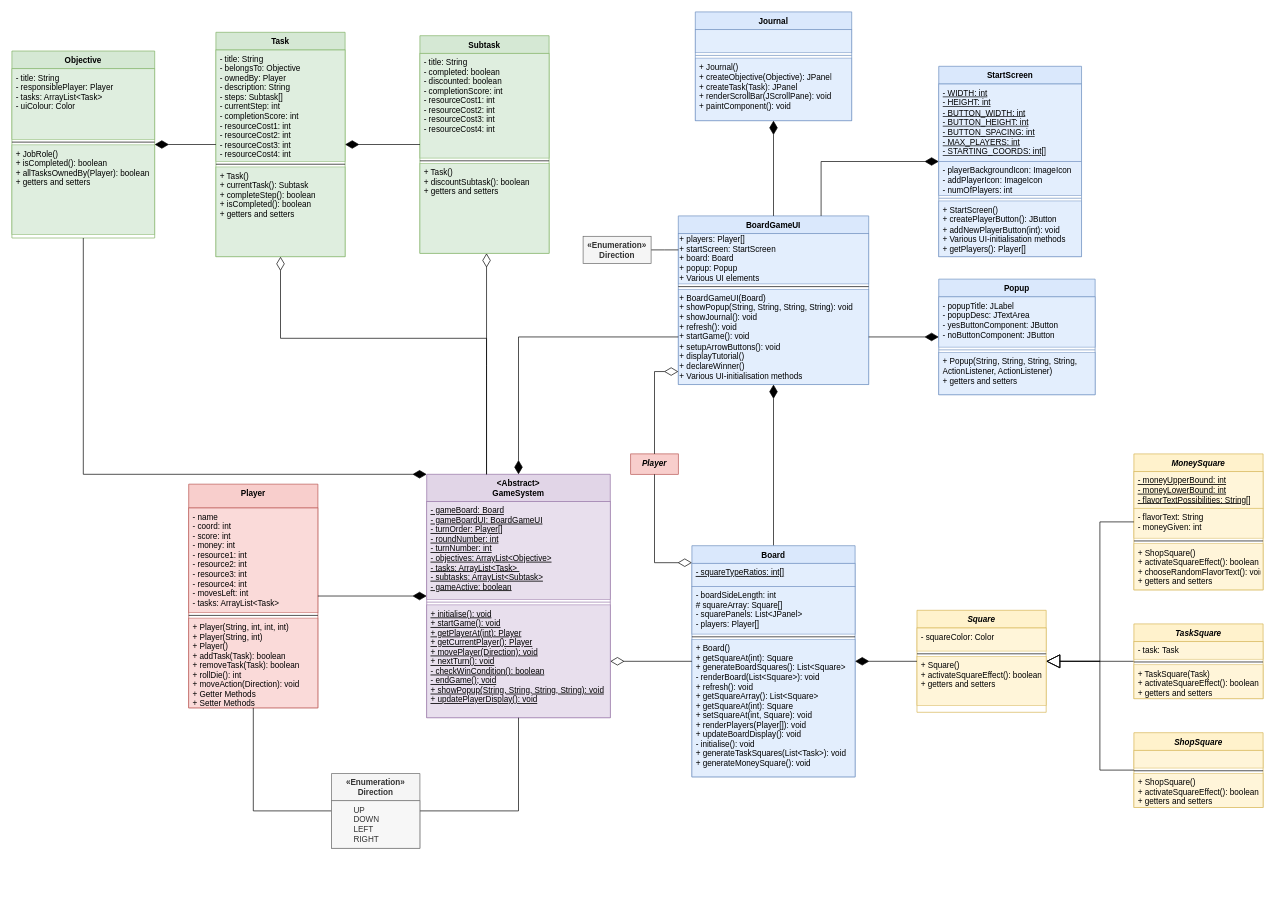
Above: Deliverables/Semester 2/UML_Class_Diagram.drawio in Xelodico/engineers-without-borders (draw.io), before the change. Source tidied: cells renumbered, new cells numbered last; positions are measured from the earlier drawing's top-left corner, leaving out a move shared by most shapes. Both pictures are drawn from the tidied source at 68%, with x=0, y=0 at pixel (12, 12).
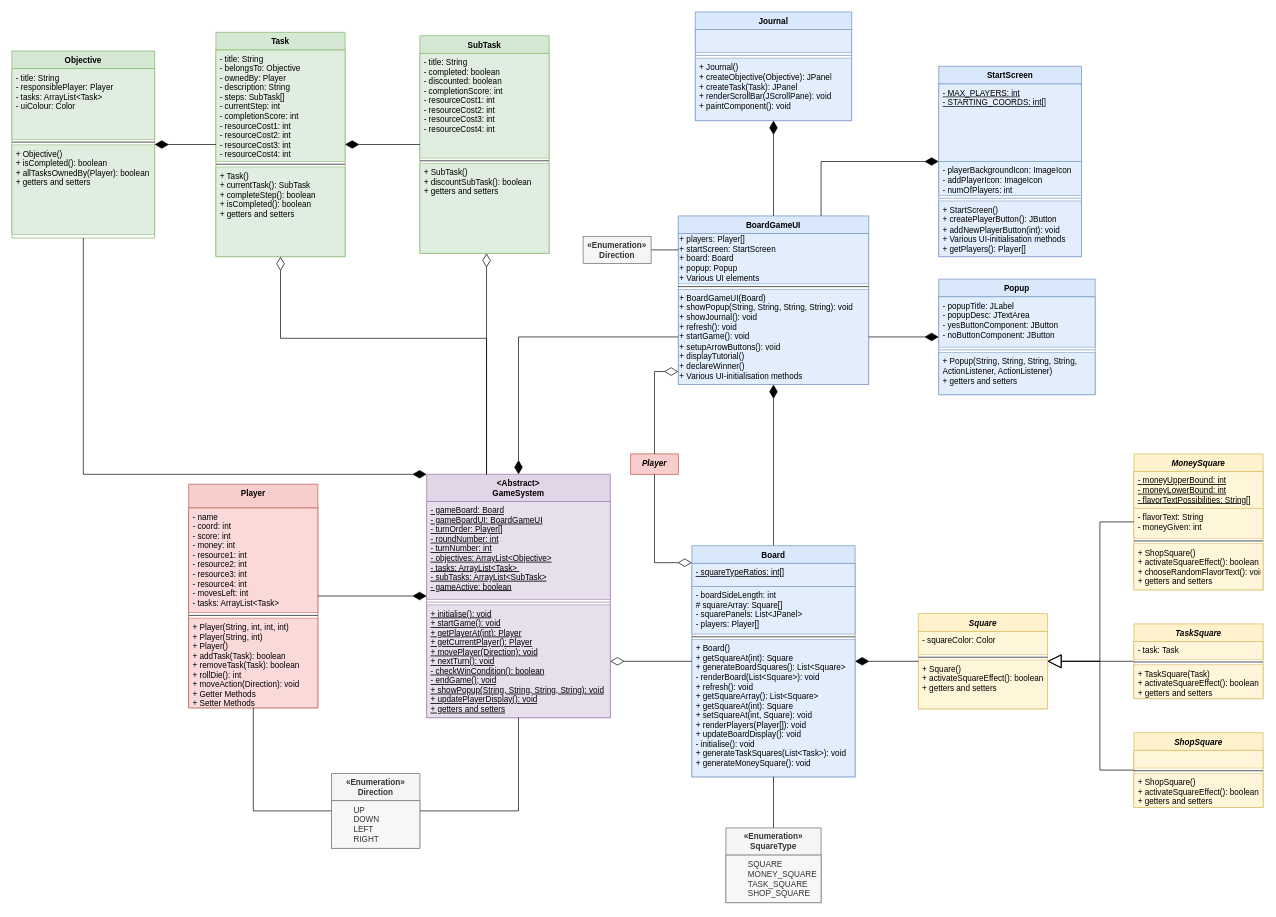
Above is the later version.

Commit message:
Renamed some methods in Objective/SubTask and crated the SquareType enum

Unchanged cells that the change refers to:
```xml
<mxCell id="7" value="Board" style="swimlane;fontStyle=1;align=center;verticalAlign=top;horizontal=1;startSize=26;rounded=0;shadow=0;strokeWidth=1;fillColor=#dae8fc;strokeColor=#6c8ebf;" parent="1" vertex="1">
  <mxGeometry x="1000" y="785" width="240" height="340" as="geometry" />
</mxCell>
<mxCell id="16" value="&lt;Abstract&gt;&#10;GameSystem" style="swimlane;fontStyle=1;align=center;verticalAlign=top;horizontal=1;startSize=40;rounded=0;shadow=0;strokeWidth=1;fillColor=#e1d5e7;strokeColor=#9673a6;" parent="1" vertex="1">
  <mxGeometry x="610" y="680" width="270" height="358" as="geometry" />
</mxCell>
<mxCell id="25" value="Objective" style="swimlane;fontStyle=1;align=center;verticalAlign=top;horizontal=1;startSize=26;rounded=0;shadow=0;strokeWidth=1;fillColor=#d5e8d4;strokeColor=#82b366;" parent="1" vertex="1">
  <mxGeometry y="57.5" width="210" height="275" as="geometry" />
</mxCell>
<mxCell id="29" value="Task" style="swimlane;fontStyle=1;align=center;verticalAlign=top;horizontal=1;startSize=26;rounded=0;shadow=0;strokeWidth=1;fillColor=#d5e8d4;strokeColor=#82b366;" parent="1" vertex="1">
  <mxGeometry x="300" y="30" width="190" height="330" as="geometry" />
</mxCell>
<mxCell id="55" value="StartScreen" style="swimlane;fontStyle=1;align=center;verticalAlign=top;horizontal=1;startSize=26;whiteSpace=wrap;html=1;fillColor=#dae8fc;strokeColor=#6c8ebf;" parent="1" vertex="1">
  <mxGeometry x="1363" y="80" width="210" height="280" as="geometry" />
</mxCell>
```

The edit, as a diff of the source:
```diff
@@
     <mxCell id="2" value="Square" style="swimlane;fontStyle=3;align=center;verticalAlign=top;horizontal=1;startSize=26;rounded=0;shadow=0;strokeWidth=1;fillColor=#fff2cc;strokeColor=#d6b656;" parent="1" vertex="1">
-      <mxGeometry x="1331" y="880" width="190" height="150" as="geometry" />
+      <mxGeometry x="1333" y="885" width="190" height="140" as="geometry" />
     </mxCell>
@@
-    <mxCell id="17" value="- gameBoard: Board&#10;- gameBoardUI: BoardGameUI&#10;- turnOrder: Player[]&#10;- roundNumber: int&#10;- turnNumber: int&#10;- objectives: ArrayList&lt;Objective&gt;&#10;- tasks: ArrayList&lt;Task&gt; &#10;- subtasks: ArrayList&lt;Subtask&gt;&#10;- gameActive: boolean&#10;" style="text;align=left;verticalAlign=top;spacingLeft=4;spacingRight=4;overflow=hidden;rounded=0;shadow=0;html=0;fontStyle=4;fillColor=#e1d5e7;strokeColor=#9673a6;opacity=75;" parent="16" vertex="1">
+    <mxCell id="17" value="- gameBoard: Board&#10;- gameBoardUI: BoardGameUI&#10;- turnOrder: Player[]&#10;- roundNumber: int&#10;- turnNumber: int&#10;- objectives: ArrayList&lt;Objective&gt;&#10;- tasks: ArrayList&lt;Task&gt; &#10;- subTasks: ArrayList&lt;SubTask&gt;&#10;- gameActive: boolean&#10;" style="text;align=left;verticalAlign=top;spacingLeft=4;spacingRight=4;overflow=hidden;rounded=0;shadow=0;html=0;fontStyle=4;fillColor=#e1d5e7;strokeColor=#9673a6;opacity=75;" parent="16" vertex="1">
       <mxGeometry y="40" width="270" height="144" as="geometry" />
     </mxCell>
@@
-    <mxCell id="19" value="+ initialise(): void&#10;+ startGame(): void&#10;+ getPlayerAt(int): Player&#10;+ getCurrentPlayer(): Player&#10;+ movePlayer(Direction): void&#10;+ nextTurn(): void&#10;- checkWinCondition(): boolean&#10;- endGame(); void&#10;+ showPopup(String, String, String, String): void&#10;+ updatePlayerDisplay(): void&#10;&#10;" style="text;align=left;verticalAlign=top;spacingLeft=4;spacingRight=4;overflow=hidden;points=[[0,0.5],[1,0.5]];portConstraint=eastwest;fontStyle=4;fillColor=#e1d5e7;strokeColor=#9673a6;opacity=75;" parent="16" vertex="1">
+    <mxCell id="19" value="+ initialise(): void&#10;+ startGame(): void&#10;+ getPlayerAt(int): Player&#10;+ getCurrentPlayer(): Player&#10;+ movePlayer(Direction): void&#10;+ nextTurn(): void&#10;- checkWinCondition(): boolean&#10;- endGame(); void&#10;+ showPopup(String, String, String, String): void&#10;+ updatePlayerDisplay(): void&#10;+ getters and setters&#10;&#10;" style="text;align=left;verticalAlign=top;spacingLeft=4;spacingRight=4;overflow=hidden;points=[[0,0.5],[1,0.5]];portConstraint=eastwest;fontStyle=4;fillColor=#e1d5e7;strokeColor=#9673a6;opacity=75;" parent="16" vertex="1">
       <mxGeometry y="192" width="270" height="166" as="geometry" />
     </mxCell>
@@
-    <mxCell id="28" value="+ JobRole()&#10;+ isCompleted(): boolean&#10;+ allTasksOwnedBy(Player): boolean&#10;+ getters and setters" style="text;align=left;verticalAlign=top;spacingLeft=4;spacingRight=4;overflow=hidden;fillColor=#d5e8d4;strokeColor=#82b366;opacity=75;" parent="25" vertex="1">
+    <mxCell id="28" value="+ Objective()&#10;+ isCompleted(): boolean&#10;+ allTasksOwnedBy(Player): boolean&#10;+ getters and setters" style="text;align=left;verticalAlign=top;spacingLeft=4;spacingRight=4;overflow=hidden;fillColor=#d5e8d4;strokeColor=#82b366;opacity=75;" parent="25" vertex="1">
       <mxGeometry y="138" width="210" height="132" as="geometry" />
     </mxCell>
@@
-    <mxCell id="30" value="- title: String&#10;- belongsTo: Objective&#10;- ownedBy: Player&#10;- description: String&#10;- steps: Subtask[]&#10;- currentStep: int &#10;- completionScore: int&#10;- resourceCost1: int&#10;- resourceCost2: int&#10;- resourceCost3: int&#10;- resourceCost4: int" style="text;align=left;verticalAlign=top;spacingLeft=4;spacingRight=4;overflow=hidden;fillColor=#d5e8d4;strokeColor=#82b366;opacity=75;" parent="29" vertex="1">
+    <mxCell id="30" value="- title: String&#10;- belongsTo: Objective&#10;- ownedBy: Player&#10;- description: String&#10;- steps: SubTask[]&#10;- currentStep: int &#10;- completionScore: int&#10;- resourceCost1: int&#10;- resourceCost2: int&#10;- resourceCost3: int&#10;- resourceCost4: int" style="text;align=left;verticalAlign=top;spacingLeft=4;spacingRight=4;overflow=hidden;fillColor=#d5e8d4;strokeColor=#82b366;opacity=75;" parent="29" vertex="1">
       <mxGeometry y="26" width="190" height="164" as="geometry" />
     </mxCell>
@@
-    <mxCell id="32" value="+ Task()&#10;+ currentTask(): Subtask&#10;+ completeStep(): boolean&#10;+ isCompleted(): boolean&#10;+ getters and setters" style="text;align=left;verticalAlign=top;spacingLeft=4;spacingRight=4;overflow=hidden;fillColor=#d5e8d4;strokeColor=#82b366;opacity=75;" parent="29" vertex="1">
+    <mxCell id="32" value="+ Task()&#10;+ currentTask(): SubTask&#10;+ completeStep(): boolean&#10;+ isCompleted(): boolean&#10;+ getters and setters" style="text;align=left;verticalAlign=top;spacingLeft=4;spacingRight=4;overflow=hidden;fillColor=#d5e8d4;strokeColor=#82b366;opacity=75;" parent="29" vertex="1">
       <mxGeometry y="198" width="190" height="132" as="geometry" />
     </mxCell>
-    <mxCell id="33" value="Subtask" style="swimlane;fontStyle=1;align=center;verticalAlign=top;horizontal=1;startSize=26;rounded=0;shadow=0;strokeWidth=1;fillColor=#d5e8d4;strokeColor=#82b366;" parent="1" vertex="1">
+    <mxCell id="33" value="SubTask" style="swimlane;fontStyle=1;align=center;verticalAlign=top;horizontal=1;startSize=26;rounded=0;shadow=0;strokeWidth=1;fillColor=#d5e8d4;strokeColor=#82b366;" parent="1" vertex="1">
       <mxGeometry x="600" y="35" width="190" height="320" as="geometry" />
     </mxCell>
@@
-    <mxCell id="36" value="+ Task()&#10;+ discountSubtask(): boolean&#10;+ getters and setters" style="text;align=left;verticalAlign=top;spacingLeft=4;spacingRight=4;overflow=hidden;fillColor=#d5e8d4;strokeColor=#82b366;opacity=75;" parent="33" vertex="1">
+    <mxCell id="36" value="+ SubTask()&#10;+ discountSubTask(): boolean&#10;+ getters and setters" style="text;align=left;verticalAlign=top;spacingLeft=4;spacingRight=4;overflow=hidden;fillColor=#d5e8d4;strokeColor=#82b366;opacity=75;" parent="33" vertex="1">
       <mxGeometry y="188" width="190" height="132" as="geometry" />
     </mxCell>
@@
-    <mxCell id="56" value="&lt;u&gt;- WIDTH: int&lt;/u&gt;&lt;div&gt;&lt;u&gt;- HEIGHT: int&lt;/u&gt;&lt;/div&gt;&lt;div&gt;&lt;u&gt;- BUTTON_WIDTH: int&lt;/u&gt;&lt;/div&gt;&lt;div&gt;&lt;u&gt;- BUTTON_HEIGHT: int&lt;/u&gt;&lt;/div&gt;&lt;div&gt;&lt;u&gt;- BUTTON_SPACING: int&lt;/u&gt;&lt;/div&gt;&lt;div&gt;&lt;u&gt;- MAX_PLAYERS: int&lt;/u&gt;&lt;/div&gt;&lt;div&gt;&lt;u&gt;- STARTING_COORDS: int[]&lt;/u&gt;&lt;/div&gt;&lt;div&gt;&lt;u&gt;&lt;br&gt;&lt;/u&gt;&lt;/div&gt;" style="text;strokeColor=#6c8ebf;fillColor=#dae8fc;align=left;verticalAlign=top;spacingLeft=4;spacingRight=4;overflow=hidden;whiteSpace=wrap;html=1;opacity=75;" parent="55" vertex="1">
+    <mxCell id="56" value="&lt;div&gt;&lt;u&gt;- MAX_PLAYERS: int&lt;/u&gt;&lt;/div&gt;&lt;div&gt;&lt;u&gt;- STARTING_COORDS: int[]&lt;/u&gt;&lt;/div&gt;&lt;div&gt;&lt;u&gt;&lt;br&gt;&lt;/u&gt;&lt;/div&gt;" style="text;strokeColor=#6c8ebf;fillColor=#dae8fc;align=left;verticalAlign=top;spacingLeft=4;spacingRight=4;overflow=hidden;whiteSpace=wrap;html=1;opacity=75;" parent="55" vertex="1">
       <mxGeometry y="26" width="210" height="114" as="geometry" />
     </mxCell>
@@
+    <mxCell id="86" style="edgeStyle=orthogonalEdgeStyle;rounded=0;jettySize=auto;html=1;endSize=18;startSize=18;endArrow=none;startFill=0;" parent="1" edge="1" source="87" target="7">
+      <mxGeometry relative="1" as="geometry" />
+    </mxCell>
+    <mxCell id="87" value="«Enumeration»&lt;br&gt;&lt;span&gt;SquareType&lt;/span&gt;" style="html=1;whiteSpace=wrap;shape=swimlane;fontStyle=1;startSize=40;horizontal=1;fillColor=#f5f5f5;fontColor=#333333;strokeColor=#666666;" parent="1" vertex="1">
+      <mxGeometry x="1050" y="1200" width="140" height="110" as="geometry" />
+    </mxCell>
+    <mxCell id="88" value="&lt;span style=&quot;white-space: pre;&quot;&gt;&#9;&lt;/span&gt;SQUARE&lt;div&gt;&lt;span style=&quot;white-space: pre;&quot;&gt;&#9;&lt;/span&gt;MONEY_SQUARE&lt;br&gt;&lt;span style=&quot;white-space: pre;&quot;&gt;&#9;&lt;/span&gt;TASK_SQUARE&lt;br&gt;&lt;span style=&quot;white-space: pre;&quot;&gt;&#9;&lt;/span&gt;SHOP_SQUARE&lt;/div&gt;" style="text;strokeColor=#666666;fillColor=#f5f5f5;align=left;verticalAlign=top;spacingLeft=4;spacingRight=4;overflow=hidden;whiteSpace=wrap;html=1;fontColor=#333333;opacity=75;" parent="87" vertex="1">
+      <mxGeometry y="40" width="140" height="70" as="geometry" />
+    </mxCell>
```
